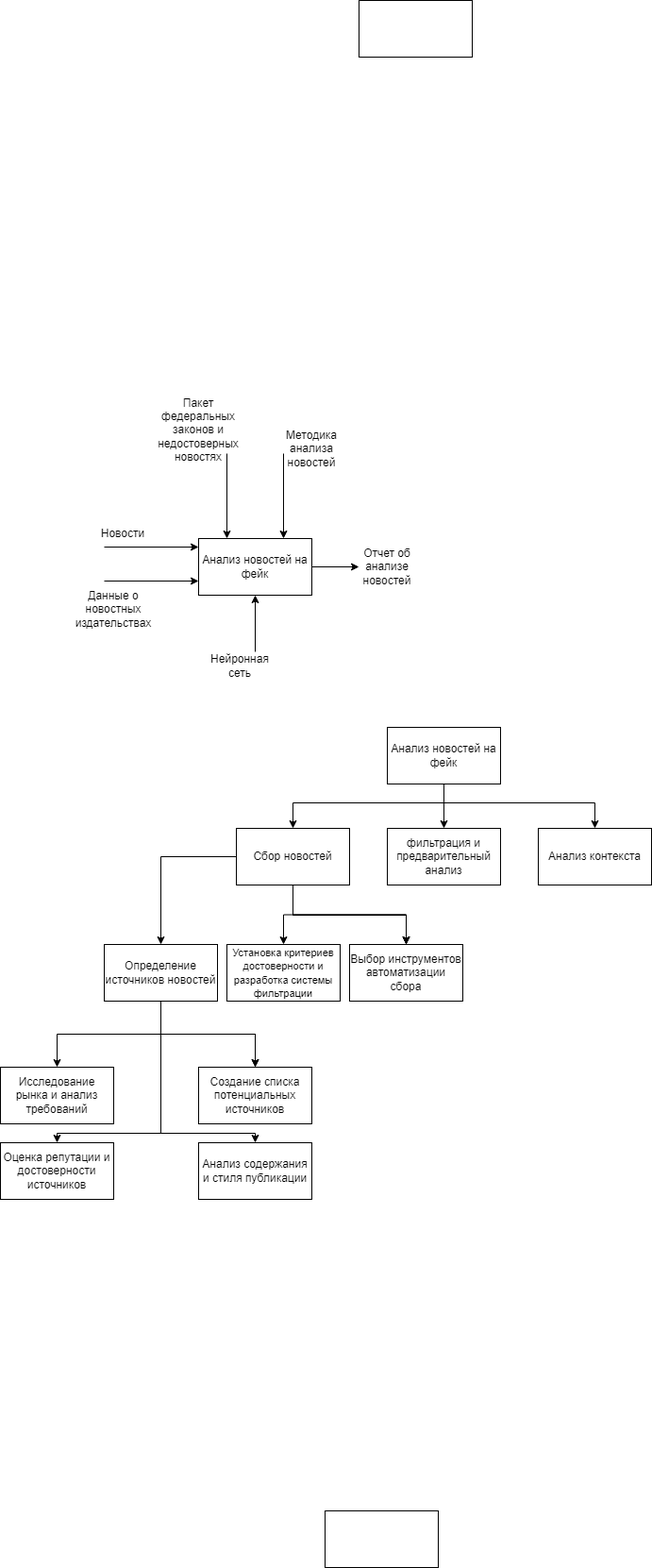
The draw.io diagram декмопозиця + ЧЯ.drawio.png in IlyaMolchanovv/TPPO, before a commit. Source tidied: cells renumbered, new cells last; positions are measured from the earlier drawing's top-left corner, leaving out a move shared by most shapes.
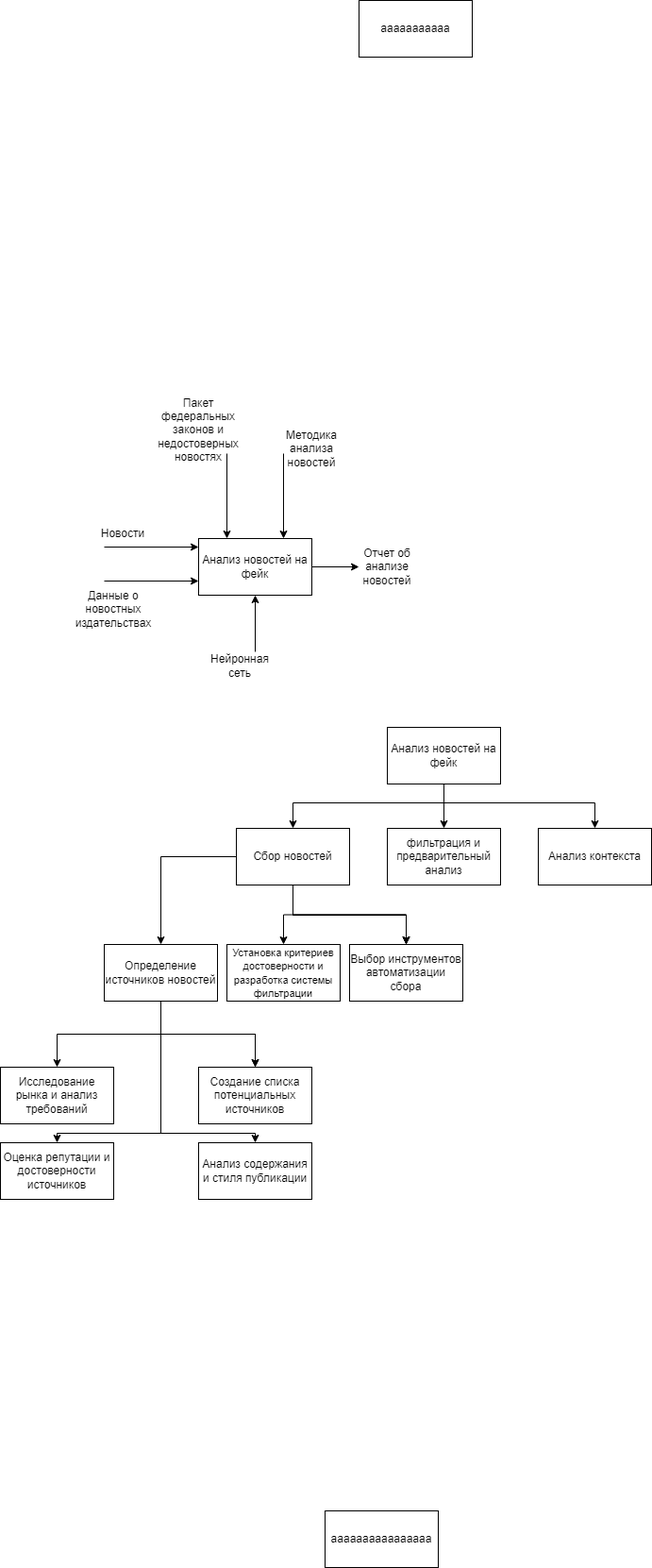
Above is the later version.

The edit, as a diff of the source:
```diff
@@ -151,10 +151,10 @@
     <mxCell id="38" value="Анализ содержания и стиля публикации" style="rounded=0;whiteSpace=wrap;html=1;" parent="1" vertex="1">
       <mxGeometry x="210" y="1210" width="120" height="60" as="geometry" />
     </mxCell>
-    <mxCell id="39" style="rounded=0;whiteSpace=wrap;html=1;" parent="1" vertex="1">
+    <mxCell id="39" value="аааааааааааааааа" style="rounded=0;whiteSpace=wrap;html=1;" parent="1" vertex="1">
       <mxGeometry x="344" y="1600" width="120" height="60" as="geometry" />
     </mxCell>
-    <mxCell id="40" style="rounded=0;whiteSpace=wrap;html=1;" parent="1" vertex="1">
+    <mxCell id="40" value="ааааааааааа" style="rounded=0;whiteSpace=wrap;html=1;" parent="1" vertex="1">
       <mxGeometry x="380" width="120" height="60" as="geometry" />
     </mxCell>
   </root>
```
